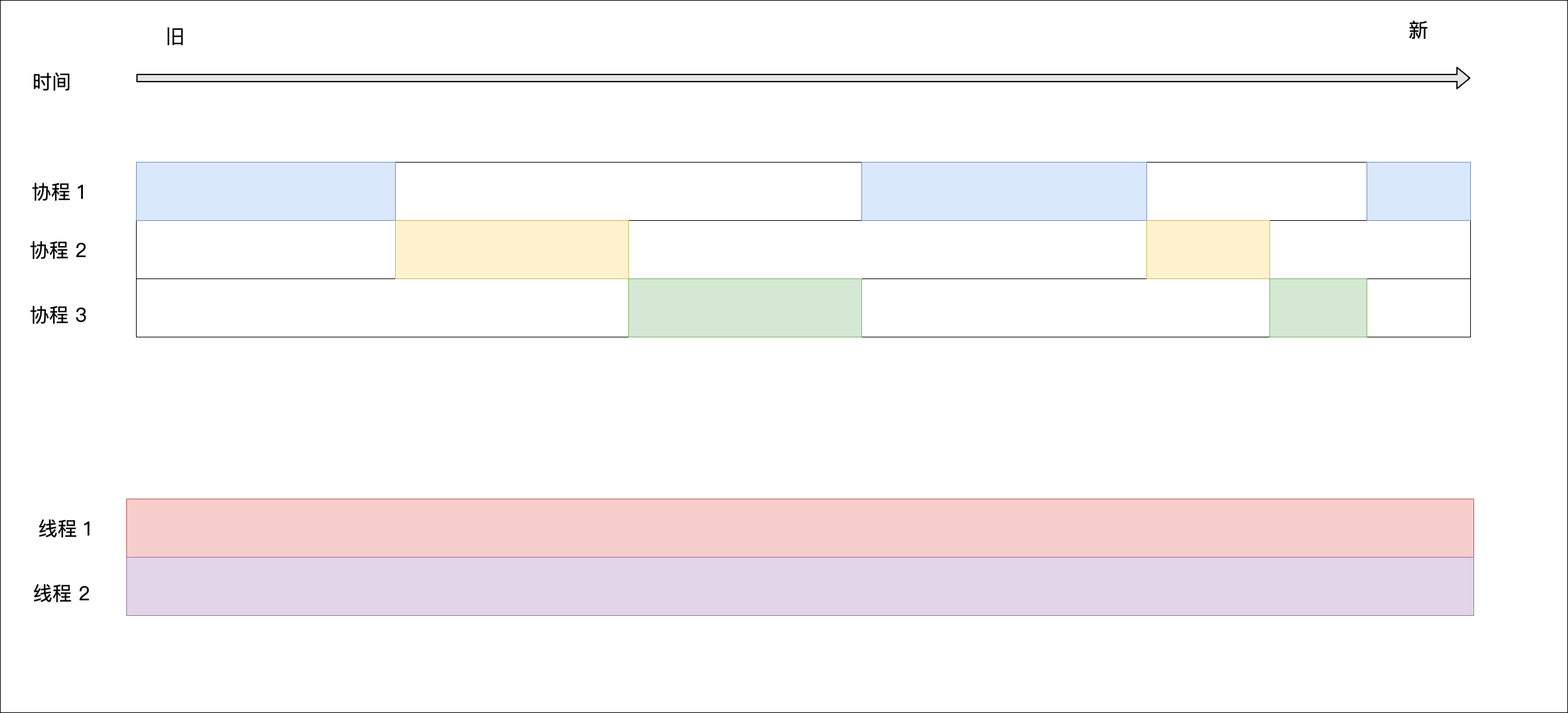
The draw.io diagram rust/threadwork.png in FaceWaller/blogImages, before a commit. Source tidied: cells renumbered, new cells last; positions are measured from the earlier drawing's top-left corner, leaving out a move shared by most shapes. Its diagram source:
```xml
<mxGraphModel>
  <root>
    <mxCell id="0" />
    <mxCell id="1" parent="0" />
    <mxCell id="2" style="rounded=0;whiteSpace=wrap;html=1;fontSize=30;fontFamily=手札体-简;" parent="1" vertex="1">
      <mxGeometry width="2420" height="1100" as="geometry" />
    </mxCell>
    <mxCell id="3" style="shape=flexArrow;endArrow=classic;html=1;strokeWidth=2;fillColor=#E6E6E6;fontFamily=手札体-简;" parent="1" edge="1">
      <mxGeometry relative="1" as="geometry">
        <mxPoint x="210" y="120" as="sourcePoint" />
        <mxPoint x="2270" y="120" as="targetPoint" />
      </mxGeometry>
    </mxCell>
    <mxCell id="4" style="rounded=0;whiteSpace=wrap;html=1;fontFamily=手札体-简;" parent="1" vertex="1">
      <mxGeometry x="210" y="250" width="2060" height="90" as="geometry" />
    </mxCell>
    <mxCell id="5" style="rounded=0;whiteSpace=wrap;html=1;fontFamily=手札体-简;" parent="1" vertex="1">
      <mxGeometry x="210" y="340" width="2060" height="90" as="geometry" />
    </mxCell>
    <mxCell id="6" style="rounded=0;whiteSpace=wrap;html=1;fontFamily=手札体-简;" parent="1" vertex="1">
      <mxGeometry x="210" y="430" width="2060" height="90" as="geometry" />
    </mxCell>
    <mxCell id="7" style="rounded=0;whiteSpace=wrap;html=1;fillColor=#dae8fc;strokeColor=#6c8ebf;fontFamily=手札体-简;" parent="1" vertex="1">
      <mxGeometry x="210" y="250" width="400" height="90" as="geometry" />
    </mxCell>
    <mxCell id="8" style="rounded=0;whiteSpace=wrap;html=1;fillColor=#fff2cc;strokeColor=#d6b656;fontFamily=手札体-简;" parent="1" vertex="1">
      <mxGeometry x="610" y="340" width="360" height="90" as="geometry" />
    </mxCell>
    <mxCell id="9" style="rounded=0;whiteSpace=wrap;html=1;fillColor=#d5e8d4;strokeColor=#82b366;fontFamily=手札体-简;" parent="1" vertex="1">
      <mxGeometry x="970" y="430" width="360" height="90" as="geometry" />
    </mxCell>
    <mxCell id="10" style="rounded=0;whiteSpace=wrap;html=1;fillColor=#dae8fc;strokeColor=#6c8ebf;fontFamily=手札体-简;" parent="1" vertex="1">
      <mxGeometry x="1330" y="250" width="440" height="90" as="geometry" />
    </mxCell>
    <mxCell id="11" style="rounded=0;whiteSpace=wrap;html=1;fillColor=#fff2cc;strokeColor=#d6b656;fontFamily=手札体-简;" parent="1" vertex="1">
      <mxGeometry x="1770" y="340" width="190" height="90" as="geometry" />
    </mxCell>
    <mxCell id="12" style="rounded=0;whiteSpace=wrap;html=1;fillColor=#d5e8d4;strokeColor=#82b366;fontFamily=手札体-简;" parent="1" vertex="1">
      <mxGeometry x="1960" y="430" width="150" height="90" as="geometry" />
    </mxCell>
    <mxCell id="13" style="rounded=0;whiteSpace=wrap;html=1;fillColor=#dae8fc;strokeColor=#6c8ebf;fontFamily=手札体-简;" parent="1" vertex="1">
      <mxGeometry x="2110" y="250" width="160" height="90" as="geometry" />
    </mxCell>
    <mxCell id="14" value="协程 1" style="text;html=1;strokeColor=none;fillColor=none;align=center;verticalAlign=middle;whiteSpace=wrap;rounded=0;fontSize=30;fontFamily=手札体-简;" parent="1" vertex="1">
      <mxGeometry x="20" y="280" width="140" height="30" as="geometry" />
    </mxCell>
    <mxCell id="15" value="协程 2" style="text;html=1;strokeColor=none;fillColor=none;align=center;verticalAlign=middle;whiteSpace=wrap;rounded=0;fontSize=30;fontFamily=手札体-简;" parent="1" vertex="1">
      <mxGeometry x="20" y="370" width="140" height="30" as="geometry" />
    </mxCell>
    <mxCell id="16" value="协程 3" style="text;html=1;strokeColor=none;fillColor=none;align=center;verticalAlign=middle;whiteSpace=wrap;rounded=0;fontSize=30;fontFamily=手札体-简;" parent="1" vertex="1">
      <mxGeometry x="20" y="470" width="140" height="30" as="geometry" />
    </mxCell>
    <mxCell id="17" value="时间" style="text;html=1;strokeColor=none;fillColor=none;align=center;verticalAlign=middle;whiteSpace=wrap;rounded=0;fontSize=30;fontFamily=手札体-简;" parent="1" vertex="1">
      <mxGeometry x="10" y="110" width="140" height="30" as="geometry" />
    </mxCell>
    <mxCell id="18" value="旧" style="text;html=1;strokeColor=none;fillColor=none;align=center;verticalAlign=middle;whiteSpace=wrap;rounded=0;fontSize=30;fontFamily=手札体-简;" parent="1" vertex="1">
      <mxGeometry x="200" y="40" width="140" height="30" as="geometry" />
    </mxCell>
    <mxCell id="19" value="新" style="text;html=1;strokeColor=none;fillColor=none;align=center;verticalAlign=middle;whiteSpace=wrap;rounded=0;fontSize=30;fontFamily=手札体-简;" parent="1" vertex="1">
      <mxGeometry x="2120" y="30" width="140" height="30" as="geometry" />
    </mxCell>
    <mxCell id="20" style="rounded=0;whiteSpace=wrap;html=1;fillColor=#f8cecc;strokeColor=#b85450;fontFamily=手札体-简;" parent="1" vertex="1">
      <mxGeometry x="195" y="770" width="2080" height="90" as="geometry" />
    </mxCell>
    <mxCell id="21" style="rounded=0;whiteSpace=wrap;html=1;fillColor=#e1d5e7;strokeColor=#9673a6;fontFamily=手札体-简;" parent="1" vertex="1">
      <mxGeometry x="195" y="860" width="2080" height="90" as="geometry" />
    </mxCell>
    <mxCell id="22" value="&amp;nbsp;线程 1" style="text;html=1;strokeColor=none;fillColor=none;align=center;verticalAlign=middle;whiteSpace=wrap;rounded=0;fontSize=30;fontFamily=手札体-简;" parent="1" vertex="1">
      <mxGeometry x="25" y="800" width="140" height="30" as="geometry" />
    </mxCell>
    <mxCell id="23" value="线程 2" style="text;html=1;strokeColor=none;fillColor=none;align=center;verticalAlign=middle;whiteSpace=wrap;rounded=0;fontSize=30;fontFamily=手札体-简;" parent="1" vertex="1">
      <mxGeometry x="25" y="900" width="140" height="30" as="geometry" />
    </mxCell>
  </root>
</mxGraphModel>
```
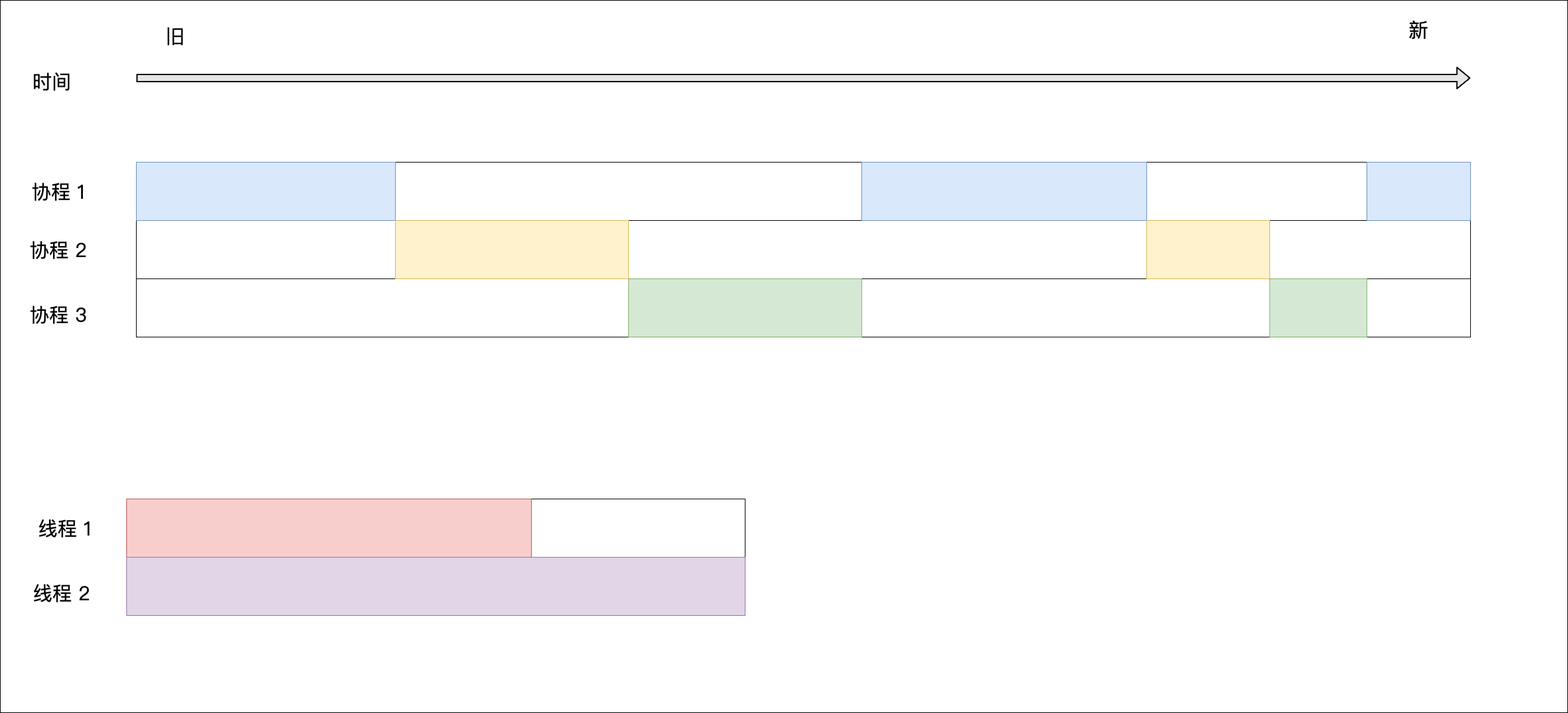
After the change.

Diff of the diagram source:
```diff
@@ -59,11 +59,14 @@
     <mxCell id="19" value="新" style="text;html=1;strokeColor=none;fillColor=none;align=center;verticalAlign=middle;whiteSpace=wrap;rounded=0;fontSize=30;fontFamily=手札体-简;" parent="1" vertex="1">
       <mxGeometry x="2120" y="30" width="140" height="30" as="geometry" />
     </mxCell>
+    <mxCell id="24" style="rounded=0;whiteSpace=wrap;html=1;fontFamily=手札体-简;" parent="1" vertex="1">
+      <mxGeometry x="195" y="770" width="955" height="180" as="geometry" />
+    </mxCell>
     <mxCell id="20" style="rounded=0;whiteSpace=wrap;html=1;fillColor=#f8cecc;strokeColor=#b85450;fontFamily=手札体-简;" parent="1" vertex="1">
-      <mxGeometry x="195" y="770" width="2080" height="90" as="geometry" />
+      <mxGeometry x="195" y="770" width="625" height="90" as="geometry" />
     </mxCell>
     <mxCell id="21" style="rounded=0;whiteSpace=wrap;html=1;fillColor=#e1d5e7;strokeColor=#9673a6;fontFamily=手札体-简;" parent="1" vertex="1">
-      <mxGeometry x="195" y="860" width="2080" height="90" as="geometry" />
+      <mxGeometry x="195" y="860" width="955" height="90" as="geometry" />
     </mxCell>
     <mxCell id="22" value="&amp;nbsp;线程 1" style="text;html=1;strokeColor=none;fillColor=none;align=center;verticalAlign=middle;whiteSpace=wrap;rounded=0;fontSize=30;fontFamily=手札体-简;" parent="1" vertex="1">
       <mxGeometry x="25" y="800" width="140" height="30" as="geometry" />
```
